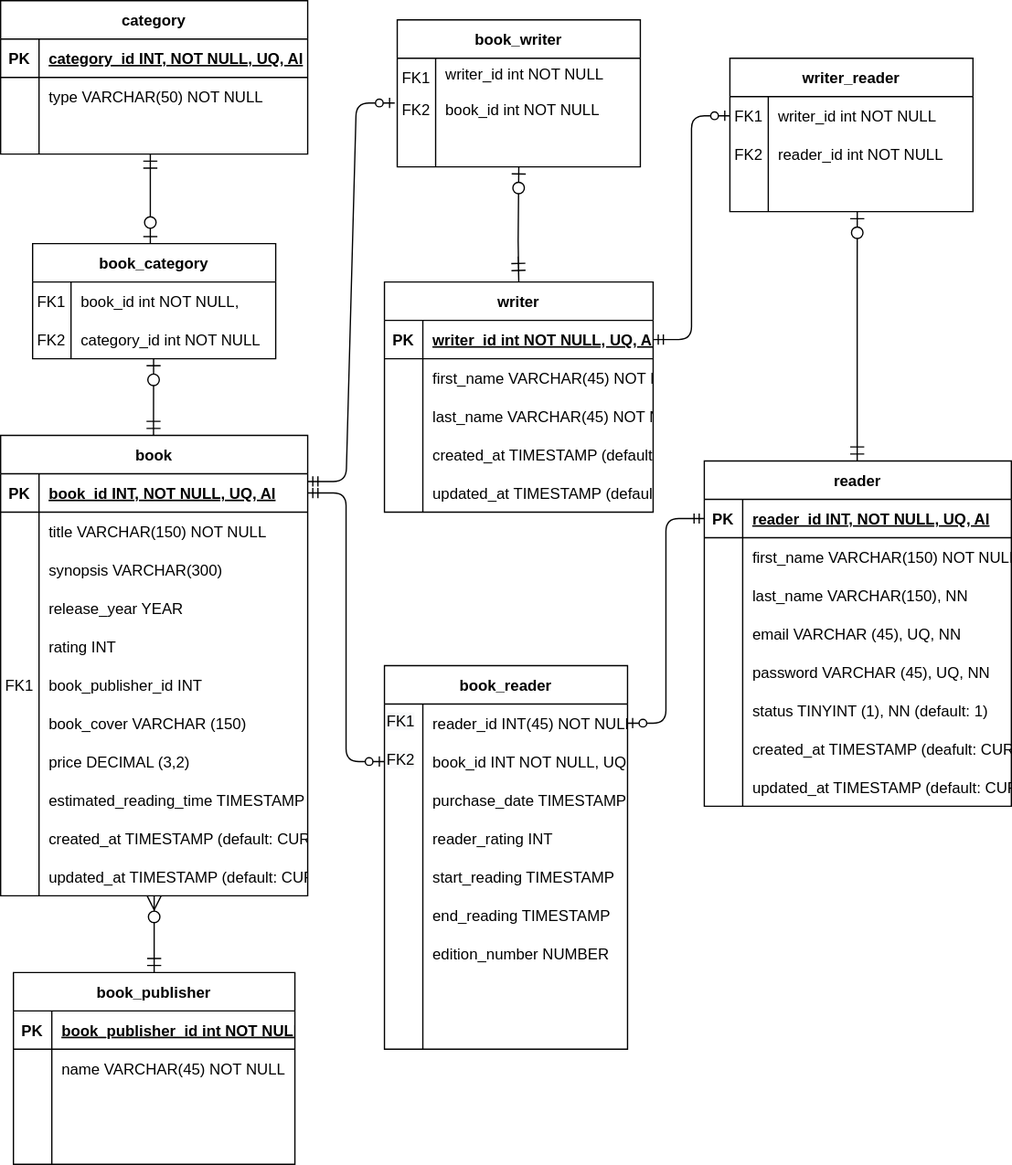
CristianaCostaPereira/BooketList keeps this draw.io diagram as Data_Base_Diagram.svg. Above is the earlier version. Source tidied: cells renumbered, new cells last; positions are measured from the earlier drawing's top-left corner, leaving out a move shared by most shapes.
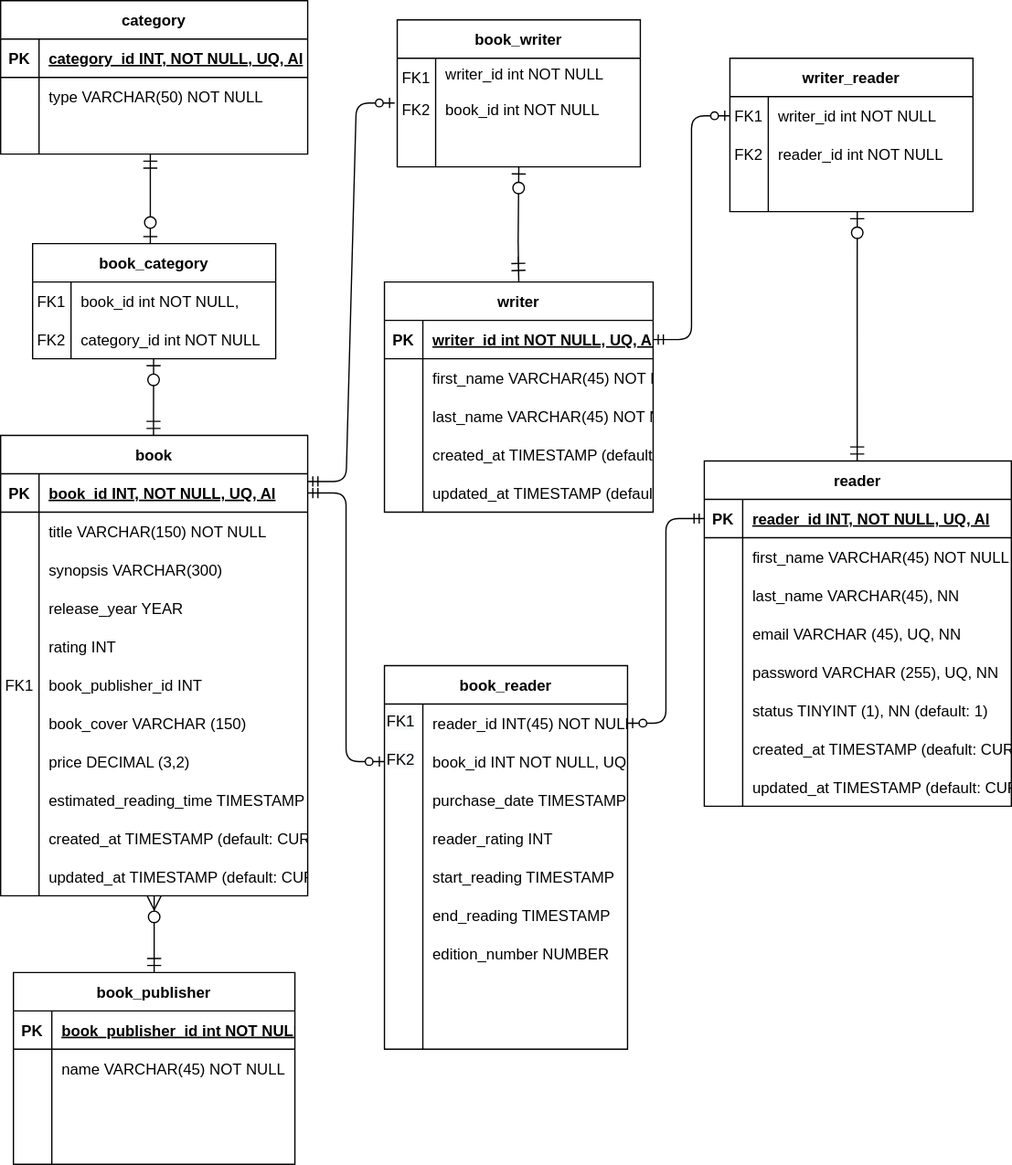
The same diagram one commit later.

The edit, as a diff of the source:
```diff
@@ -411,7 +411,7 @@
     <mxCell id="130" style="shape=partialRectangle;overflow=hidden;fillColor=none;top=0;left=0;bottom=0;right=0;" parent="129" vertex="1">
       <mxGeometry width="30" height="30" as="geometry" />
     </mxCell>
-    <mxCell id="131" value="first_name VARCHAR(150) NOT NULL" style="shape=partialRectangle;overflow=hidden;fillColor=none;top=0;left=0;bottom=0;right=0;align=left;spacingLeft=6;" parent="129" vertex="1">
+    <mxCell id="131" value="first_name VARCHAR(45) NOT NULL" style="shape=partialRectangle;overflow=hidden;fillColor=none;top=0;left=0;bottom=0;right=0;align=left;spacingLeft=6;" parent="129" vertex="1">
       <mxGeometry x="30" width="210" height="30" as="geometry" />
     </mxCell>
     <mxCell id="132" style="shape=partialRectangle;fillColor=none;top=0;left=0;right=0;bottom=0;" parent="125" vertex="1">
@@ -420,7 +420,7 @@
     <mxCell id="133" style="shape=partialRectangle;overflow=hidden;fillColor=none;top=0;left=0;bottom=0;right=0;" parent="132" vertex="1">
       <mxGeometry width="30" height="30" as="geometry" />
     </mxCell>
-    <mxCell id="134" value="last_name VARCHAR(150), NN" style="shape=partialRectangle;overflow=hidden;fillColor=none;top=0;left=0;bottom=0;right=0;align=left;spacingLeft=6;" parent="132" vertex="1">
+    <mxCell id="134" value="last_name VARCHAR(45), NN" style="shape=partialRectangle;overflow=hidden;fillColor=none;top=0;left=0;bottom=0;right=0;align=left;spacingLeft=6;" parent="132" vertex="1">
       <mxGeometry x="30" width="210" height="30" as="geometry" />
     </mxCell>
     <mxCell id="135" style="shape=partialRectangle;fillColor=none;top=0;left=0;right=0;bottom=0;" parent="125" vertex="1">
@@ -438,7 +438,7 @@
     <mxCell id="139" style="shape=partialRectangle;overflow=hidden;fillColor=none;top=0;left=0;bottom=0;right=0;" parent="138" vertex="1">
       <mxGeometry width="30" height="30" as="geometry" />
     </mxCell>
-    <mxCell id="140" value="password VARCHAR (45), UQ, NN" style="shape=partialRectangle;overflow=hidden;fillColor=none;top=0;left=0;bottom=0;right=0;align=left;spacingLeft=6;" parent="138" vertex="1">
+    <mxCell id="140" value="password VARCHAR (255), UQ, NN" style="shape=partialRectangle;overflow=hidden;fillColor=none;top=0;left=0;bottom=0;right=0;align=left;spacingLeft=6;" parent="138" vertex="1">
       <mxGeometry x="30" width="210" height="30" as="geometry" />
     </mxCell>
     <mxCell id="141" style="shape=partialRectangle;fillColor=none;top=0;left=0;right=0;bottom=0;" parent="125" vertex="1">
```
